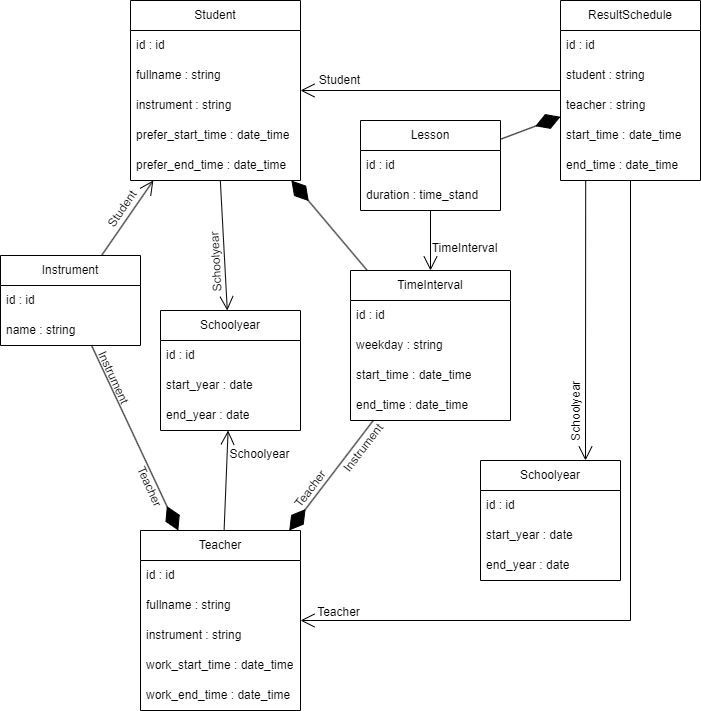
This is Диаграмма_классов.png from watashinonericell/myrepos, a draw.io export, as it was before one commit. Source tidied: cells renumbered, new cells last; positions are measured from the earlier drawing's top-left corner, leaving out a move shared by most shapes.
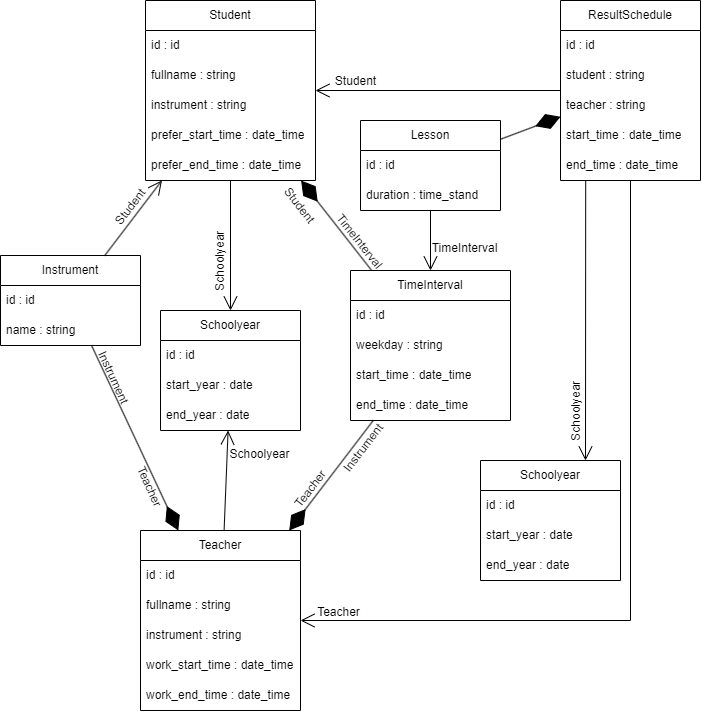
The same file after the commit.

The edit, as a diff of the source:
```diff
@@ -3,7 +3,7 @@
     <mxCell id="0" />
     <mxCell id="1" parent="0" />
     <mxCell id="2" value="Student" style="swimlane;fontStyle=0;horizontal=1;startSize=30;whiteSpace=wrap;html=1;" parent="1" vertex="1">
-      <mxGeometry x="130" width="170" height="180" as="geometry" />
+      <mxGeometry x="145" width="170" height="180" as="geometry" />
     </mxCell>
     <mxCell id="3" value="id : id" style="text;strokeColor=none;fillColor=none;align=left;verticalAlign=middle;spacingLeft=4;spacingRight=4;overflow=hidden;whiteSpace=wrap;html=1;" parent="2" vertex="1">
       <mxGeometry y="30" width="170" height="30" as="geometry" />
@@ -150,20 +150,20 @@
     <mxCell id="49" style="endArrow=diamondThin;endFill=1;endSize=24;html=1;rounded=0;" parent="1" edge="1" source="8" target="23">
       <mxGeometry relative="1" as="geometry" />
     </mxCell>
-    <mxCell id="50" value="Student" style="text;html=1;align=center;verticalAlign=middle;strokeColor=none;fillColor=none;rotation=-56;" parent="1" vertex="1">
-      <mxGeometry x="92" y="194" width="60" height="30" as="geometry" />
+    <mxCell id="50" value="Student" style="text;html=1;align=center;verticalAlign=middle;strokeColor=none;fillColor=none;rotation=-52.3;" parent="1" vertex="1">
+      <mxGeometry x="100" y="192" width="60" height="30" as="geometry" />
     </mxCell>
     <mxCell id="51" value="Schoolyear" style="text;html=1;align=center;verticalAlign=middle;strokeColor=none;fillColor=none;rotation=0;" parent="1" vertex="1">
       <mxGeometry x="219" y="439" width="80" height="30" as="geometry" />
     </mxCell>
-    <mxCell id="52" value="Schoolyear" style="text;html=1;align=center;verticalAlign=middle;strokeColor=none;fillColor=none;rotation=-93;" parent="1" vertex="1">
-      <mxGeometry x="176" y="247" width="80" height="30" as="geometry" />
+    <mxCell id="52" value="Schoolyear" style="text;html=1;align=center;verticalAlign=middle;strokeColor=none;fillColor=none;rotation=-90;" parent="1" vertex="1">
+      <mxGeometry x="180" y="246" width="80" height="30" as="geometry" />
     </mxCell>
     <mxCell id="53" value="Instrument" style="text;html=1;align=center;verticalAlign=middle;strokeColor=none;fillColor=none;rotation=65.3;" parent="1" vertex="1">
       <mxGeometry x="73" y="362" width="80" height="30" as="geometry" />
     </mxCell>
     <mxCell id="54" value="Student" style="text;html=1;align=center;verticalAlign=middle;strokeColor=none;fillColor=none;" parent="1" vertex="1">
-      <mxGeometry x="309" y="65" width="60" height="30" as="geometry" />
+      <mxGeometry x="325" y="66" width="60" height="30" as="geometry" />
     </mxCell>
     <mxCell id="55" value="Teacher" style="text;html=1;align=center;verticalAlign=middle;strokeColor=none;fillColor=none;rotation=0;" parent="1" vertex="1">
       <mxGeometry x="303" y="597" width="70" height="30" as="geometry" />
@@ -183,5 +183,11 @@
     <mxCell id="60" value="Teacher" style="text;html=1;align=center;verticalAlign=middle;strokeColor=none;fillColor=none;rotation=-52.6;" parent="1" vertex="1">
       <mxGeometry x="275" y="474" width="70" height="30" as="geometry" />
     </mxCell>
+    <mxCell id="61" value="TimeInterval" style="text;html=1;align=center;verticalAlign=middle;strokeColor=none;fillColor=none;rotation=51.5;" parent="1" vertex="1">
+      <mxGeometry x="314" y="226" width="90" height="30" as="geometry" />
+    </mxCell>
+    <mxCell id="62" value="Student" style="text;html=1;align=center;verticalAlign=middle;strokeColor=none;fillColor=none;rotation=52.3;" parent="1" vertex="1">
+      <mxGeometry x="269" y="190" width="60" height="30" as="geometry" />
+    </mxCell>
   </root>
 </mxGraphModel>
```
